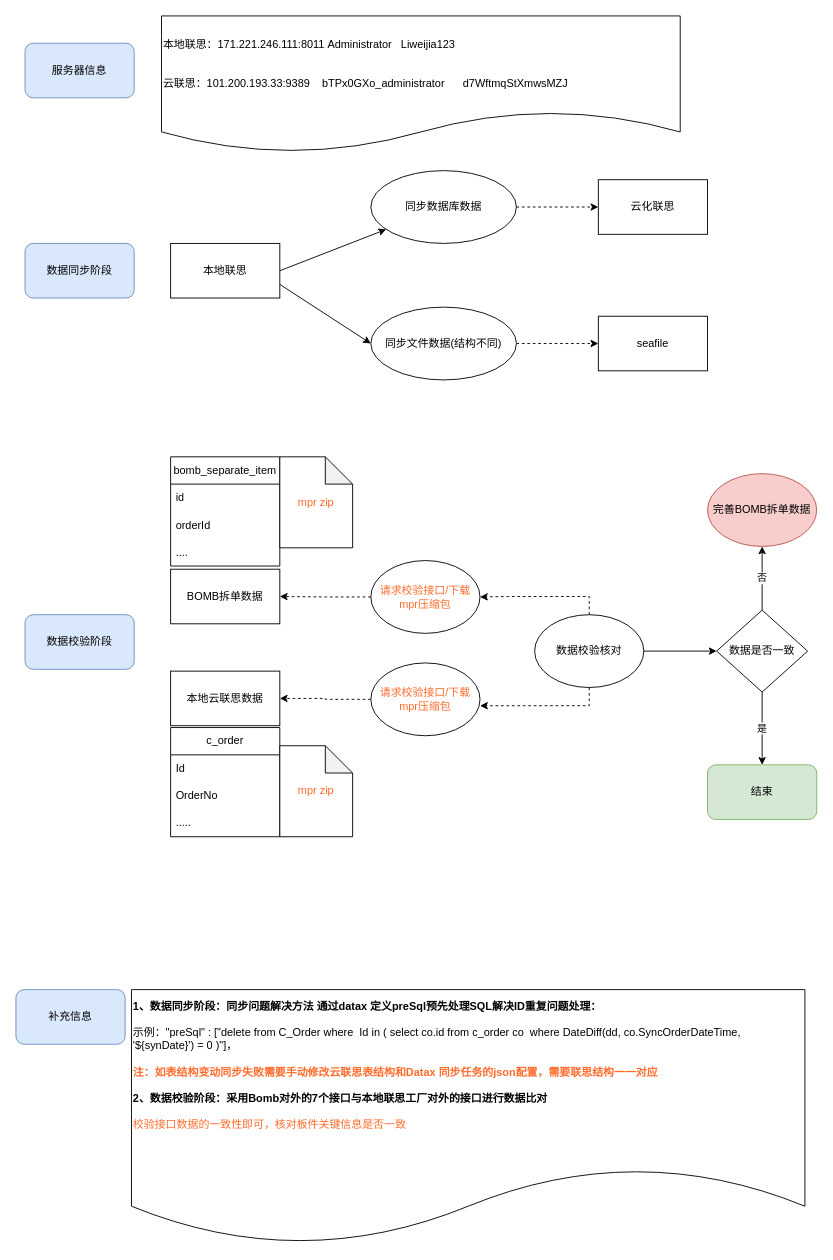
This is page "2023联思数据同步与校验" (3 of 5) of oms相关系统关系.drawio from SunflowersOfJava/boonya-learning-socket, a draw.io file, before an edit. Source tidied: cells renumbered, new cells numbered last; positions are measured from the earlier drawing's top-left corner, leaving out a move shared by most shapes. Both pictures are drawn from the tidied source at 91%, with x=0, y=0 at pixel (15, 15).
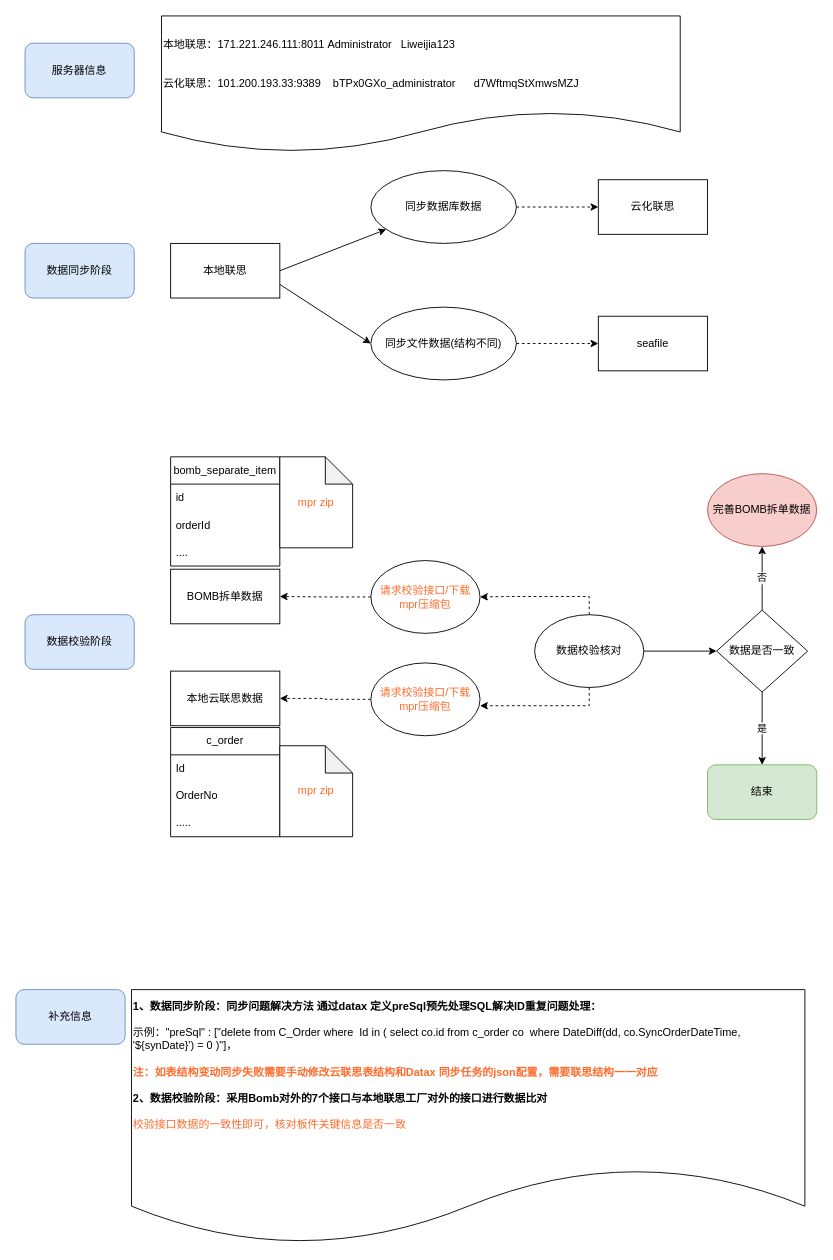
The same page after the edit.

Diff of the diagram source:
```diff
@@
-    <mxCell id="2" value="&lt;div&gt;本地联思：171.221.246.111:8011 Administrator&amp;nbsp;&amp;nbsp; Liweijia123&lt;/div&gt;&lt;div&gt;&lt;br&gt;&lt;/div&gt;&lt;div&gt;&amp;nbsp;&lt;br&gt;&lt;/div&gt;&lt;div&gt;云联思：101.200.193.33:9389&amp;nbsp;&amp;nbsp;&amp;nbsp; bTPx0GXo_administrator&amp;nbsp;&amp;nbsp;&amp;nbsp;&amp;nbsp;&amp;nbsp; d7WftmqStXmwsMZJ&lt;br&gt;&lt;/div&gt;" style="shape=document;whiteSpace=wrap;html=1;boundedLbl=1;align=left;fontColor=#000000;strokeColor=#000000;" parent="1" vertex="1">
+    <mxCell id="2" value="&lt;div&gt;本地联思：171.221.246.111:8011 Administrator&amp;nbsp;&amp;nbsp; Liweijia123&lt;/div&gt;&lt;div&gt;&lt;br&gt;&lt;/div&gt;&lt;div&gt;&amp;nbsp;&lt;br&gt;&lt;/div&gt;&lt;div&gt;云化联思：101.200.193.33:9389&amp;nbsp;&amp;nbsp;&amp;nbsp; bTPx0GXo_administrator&amp;nbsp;&amp;nbsp;&amp;nbsp;&amp;nbsp;&amp;nbsp; d7WftmqStXmwsMZJ&lt;br&gt;&lt;/div&gt;" style="shape=document;whiteSpace=wrap;html=1;boundedLbl=1;align=left;fontColor=#000000;strokeColor=#000000;" parent="1" vertex="1">
       <mxGeometry x="160" width="570" height="150" as="geometry" />
     </mxCell>
```
